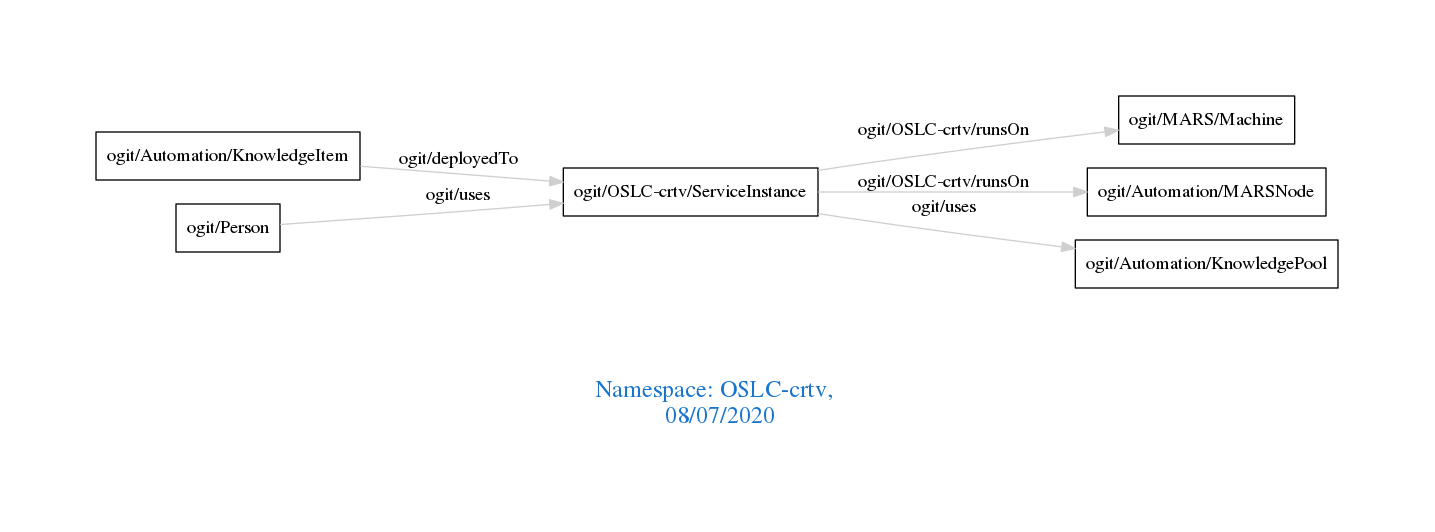
The Graphviz diagram downloads/OSLC-crtv.png in arago/OGIT, before a commit. Its source is kept beside it as downloads/OSLC-crtv.dot.
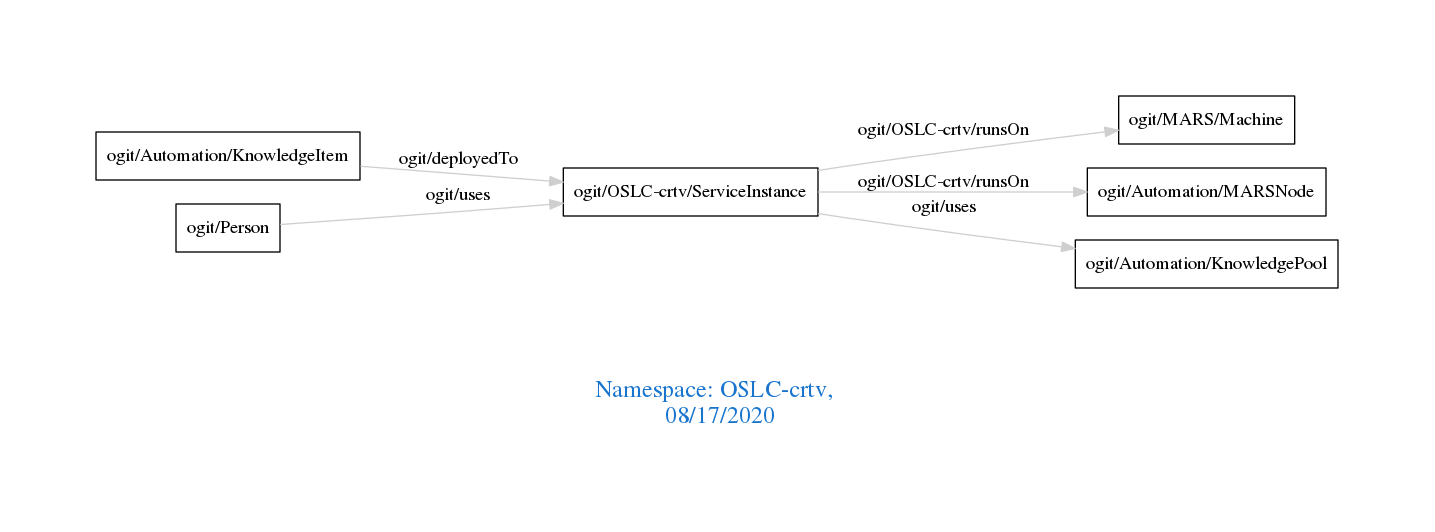
The same diagram one commit later.

Diff of the diagram source:
```diff
@@ -1,7 +1,7 @@
 digraph OGIT_ontology {
  graph [ rankdir= LR,pad=1
 fontsize = 18,
-fontcolor= dodgerblue3,label = "\n\n\nNamespace: OSLC-crtv, \n 08/07/2020"];
+fontcolor= dodgerblue3,label = "\n\n\nNamespace: OSLC-crtv, \n 08/17/2020"];
 node[shape=polygon];
 edge [  color="gray81"];
 
```
